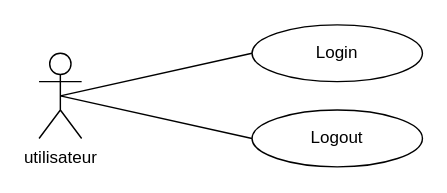
Earlier version of the draw.io diagram auth.drawio (PFE-Neoledge-2023/rapport). Source tidied: cells renumbered, new cells numbered last; positions are measured from the earlier drawing's top-left corner, leaving out a move shared by most shapes. Both pictures are drawn from the tidied source at 142%, with x=0, y=0 at pixel (38, 24).
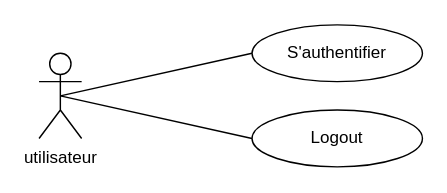
The same page after the edit.

Diff of the diagram source:
```diff
@@
 <mxGraphModel>
   <root>
     <mxCell id="0" />
     <mxCell id="1" parent="0" />
     <mxCell id="2" value="utilisateur" style="shape=umlActor;verticalLabelPosition=bottom;verticalAlign=top;html=1;outlineConnect=0;" parent="1" vertex="1">
       <mxGeometry y="20" width="30" height="60" as="geometry" />
     </mxCell>
     <mxCell id="3" style="endArrow=none;html=1;exitX=0.5;exitY=0.5;exitDx=0;exitDy=0;exitPerimeter=0;" parent="1" edge="1" source="2">
       <mxGeometry relative="1" as="geometry">
         <mxPoint x="150" y="20" as="targetPoint" />
       </mxGeometry>
     </mxCell>
     <mxCell id="4" style="endArrow=none;html=1;exitX=0.5;exitY=0.5;exitDx=0;exitDy=0;exitPerimeter=0;entryX=0;entryY=0.5;entryDx=0;entryDy=0;" parent="1" edge="1" source="2" target="7">
       <mxGeometry relative="1" as="geometry" />
     </mxCell>
     <mxCell id="5" style="group;" parent="1" vertex="1">
       <mxGeometry x="150" width="120" height="100" as="geometry" />
     </mxCell>
-    <mxCell id="6" value="Login" style="ellipse;whiteSpace=wrap;html=1;" parent="5" vertex="1">
+    <mxCell id="6" value="S'authentifier" style="ellipse;whiteSpace=wrap;html=1;" parent="5" vertex="1">
       <mxGeometry width="120" height="40" as="geometry" />
     </mxCell>
     <mxCell id="7" value="Logout" style="ellipse;whiteSpace=wrap;html=1;" parent="5" vertex="1">
       <mxGeometry y="60" width="120" height="40" as="geometry" />
     </mxCell>
   </root>
 </mxGraphModel>
```
